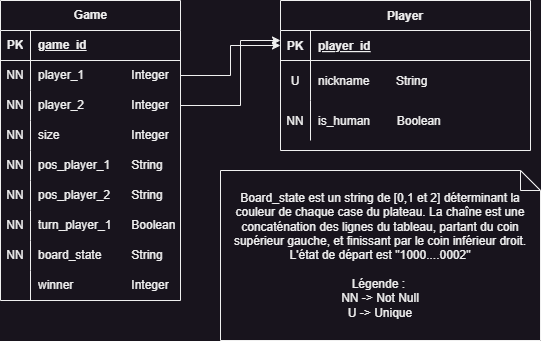
perdita96/Projet-IA keeps this draw.io diagram as schema base de donnée.png. Above is the earlier version. Source tidied: cells renumbered, new cells last; positions are measured from the earlier drawing's top-left corner, leaving out a move shared by most shapes.
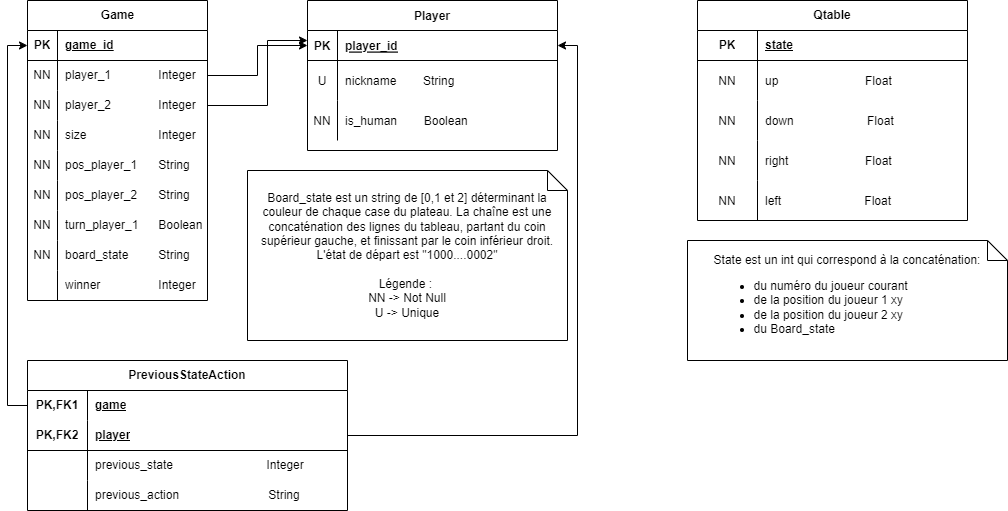
After the change.

Diff of the diagram source:
```diff
@@ -50,7 +50,7 @@
     <mxCell id="17" value="NN" style="shape=partialRectangle;fillColor=none;top=0;left=0;bottom=0;right=0;overflow=hidden;whiteSpace=wrap;html=1;" parent="16" vertex="1">
       <mxGeometry width="30" height="30" as="geometry" />
     </mxCell>
-    <mxCell id="18" value="player_1&lt;span style=&quot;white-space: pre;&quot;&gt;&#9;&lt;/span&gt;&lt;span style=&quot;white-space: pre;&quot;&gt;&#9;&amp;nbsp;&lt;/span&gt;&amp;nbsp; &amp;nbsp;Integer" style="shape=partialRectangle;fillColor=none;top=0;left=0;bottom=0;right=0;align=left;spacingLeft=6;overflow=hidden;whiteSpace=wrap;html=1;" parent="16" vertex="1">
+    <mxCell id="18" value="player_1&lt;span style=&quot;white-space: pre;&quot;&gt; &lt;/span&gt;&lt;span style=&quot;white-space: pre;&quot;&gt; &amp;nbsp;&lt;/span&gt;&amp;nbsp; &amp;nbsp;Integer" style="shape=partialRectangle;fillColor=none;top=0;left=0;bottom=0;right=0;align=left;spacingLeft=6;overflow=hidden;whiteSpace=wrap;html=1;" parent="16" vertex="1">
       <mxGeometry x="30" width="150" height="30" as="geometry" />
     </mxCell>
     <mxCell id="19" style="shape=tableRow;horizontal=0;startSize=0;swimlaneHead=0;swimlaneBody=0;fillColor=none;points=[[0,0.5],[1,0.5]];portConstraint=eastwest;top=0;left=0;right=0;bottom=0;" parent="12" vertex="1">
@@ -59,7 +59,7 @@
     <mxCell id="20" value="NN" style="shape=partialRectangle;fillColor=none;top=0;left=0;bottom=0;right=0;overflow=hidden;whiteSpace=wrap;html=1;" parent="19" vertex="1">
       <mxGeometry width="30" height="30" as="geometry" />
     </mxCell>
-    <mxCell id="21" value="player_2&lt;span style=&quot;white-space: pre;&quot;&gt;&#9;&lt;/span&gt;&lt;span style=&quot;white-space: pre;&quot;&gt;&#9;&lt;/span&gt;&amp;nbsp; &amp;nbsp; Integer" style="shape=partialRectangle;fillColor=none;top=0;left=0;bottom=0;right=0;align=left;spacingLeft=6;overflow=hidden;whiteSpace=wrap;html=1;" parent="19" vertex="1">
+    <mxCell id="21" value="player_2&lt;span style=&quot;white-space: pre;&quot;&gt; &lt;/span&gt;&lt;span style=&quot;white-space: pre;&quot;&gt; &lt;/span&gt;&amp;nbsp; &amp;nbsp; Integer" style="shape=partialRectangle;fillColor=none;top=0;left=0;bottom=0;right=0;align=left;spacingLeft=6;overflow=hidden;whiteSpace=wrap;html=1;" parent="19" vertex="1">
       <mxGeometry x="30" width="150" height="30" as="geometry" />
     </mxCell>
     <mxCell id="22" style="shape=tableRow;horizontal=0;startSize=0;swimlaneHead=0;swimlaneBody=0;fillColor=none;top=0;left=0;right=0;bottom=0;" parent="12" vertex="1">
@@ -68,7 +68,7 @@
     <mxCell id="23" value="NN" style="shape=partialRectangle;fillColor=none;top=0;left=0;bottom=0;right=0;overflow=hidden;whiteSpace=wrap;html=1;" parent="22" vertex="1">
       <mxGeometry width="30" height="30" as="geometry" />
     </mxCell>
-    <mxCell id="24" value="size&lt;span style=&quot;white-space: pre;&quot;&gt;&#9;&lt;/span&gt;&lt;span style=&quot;white-space: pre;&quot;&gt;&#9;&lt;/span&gt;&lt;span style=&quot;white-space: pre;&quot;&gt;&#9;&lt;/span&gt;&amp;nbsp; &amp;nbsp; Integer" style="shape=partialRectangle;fillColor=none;top=0;left=0;bottom=0;right=0;align=left;spacingLeft=6;overflow=hidden;whiteSpace=wrap;html=1;" parent="22" vertex="1">
+    <mxCell id="24" value="size&lt;span style=&quot;white-space: pre;&quot;&gt; &lt;/span&gt;&lt;span style=&quot;white-space: pre;&quot;&gt; &lt;/span&gt;&lt;span style=&quot;white-space: pre;&quot;&gt; &lt;/span&gt;&amp;nbsp; &amp;nbsp; Integer" style="shape=partialRectangle;fillColor=none;top=0;left=0;bottom=0;right=0;align=left;spacingLeft=6;overflow=hidden;whiteSpace=wrap;html=1;" parent="22" vertex="1">
       <mxGeometry x="30" width="150" height="30" as="geometry" />
     </mxCell>
     <mxCell id="25" style="shape=tableRow;horizontal=0;startSize=0;swimlaneHead=0;swimlaneBody=0;fillColor=none;top=0;left=0;right=0;bottom=0;" parent="12" vertex="1">
@@ -77,7 +77,7 @@
     <mxCell id="26" value="NN" style="shape=partialRectangle;fillColor=none;top=0;left=0;bottom=0;right=0;overflow=hidden;whiteSpace=wrap;html=1;" parent="25" vertex="1">
       <mxGeometry width="30" height="30" as="geometry" />
     </mxCell>
-    <mxCell id="27" value="pos_player_1&lt;span style=&quot;white-space: pre;&quot;&gt;&#9;&lt;/span&gt;&amp;nbsp; &amp;nbsp; String" style="shape=partialRectangle;fillColor=none;top=0;left=0;bottom=0;right=0;align=left;spacingLeft=6;overflow=hidden;whiteSpace=wrap;html=1;" parent="25" vertex="1">
+    <mxCell id="27" value="pos_player_1&lt;span style=&quot;white-space: pre;&quot;&gt; &lt;/span&gt;&amp;nbsp; &amp;nbsp; String" style="shape=partialRectangle;fillColor=none;top=0;left=0;bottom=0;right=0;align=left;spacingLeft=6;overflow=hidden;whiteSpace=wrap;html=1;" parent="25" vertex="1">
       <mxGeometry x="30" width="150" height="30" as="geometry" />
     </mxCell>
     <mxCell id="28" style="shape=tableRow;horizontal=0;startSize=0;swimlaneHead=0;swimlaneBody=0;fillColor=none;top=0;left=0;right=0;bottom=0;" parent="12" vertex="1">
@@ -86,7 +86,7 @@
     <mxCell id="29" value="NN" style="shape=partialRectangle;fillColor=none;top=0;left=0;bottom=0;right=0;overflow=hidden;whiteSpace=wrap;html=1;" parent="28" vertex="1">
       <mxGeometry width="30" height="30" as="geometry" />
     </mxCell>
-    <mxCell id="30" value="pos_player_2&lt;span style=&quot;white-space: pre;&quot;&gt;&#9;&lt;/span&gt;&amp;nbsp; &amp;nbsp; String" style="shape=partialRectangle;fillColor=none;top=0;left=0;bottom=0;right=0;align=left;spacingLeft=6;overflow=hidden;whiteSpace=wrap;html=1;" parent="28" vertex="1">
+    <mxCell id="30" value="pos_player_2&lt;span style=&quot;white-space: pre;&quot;&gt; &lt;/span&gt;&amp;nbsp; &amp;nbsp; String" style="shape=partialRectangle;fillColor=none;top=0;left=0;bottom=0;right=0;align=left;spacingLeft=6;overflow=hidden;whiteSpace=wrap;html=1;" parent="28" vertex="1">
       <mxGeometry x="30" width="150" height="30" as="geometry" />
     </mxCell>
     <mxCell id="31" style="shape=tableRow;horizontal=0;startSize=0;swimlaneHead=0;swimlaneBody=0;fillColor=none;top=0;left=0;right=0;bottom=0;" parent="12" vertex="1">
@@ -95,7 +95,7 @@
     <mxCell id="32" value="NN" style="shape=partialRectangle;fillColor=none;top=0;left=0;bottom=0;right=0;overflow=hidden;whiteSpace=wrap;html=1;" parent="31" vertex="1">
       <mxGeometry width="30" height="30" as="geometry" />
     </mxCell>
-    <mxCell id="33" value="turn_player_1&lt;span style=&quot;white-space: pre;&quot;&gt;&#9;&lt;/span&gt;&amp;nbsp; &amp;nbsp; Boolean" style="shape=partialRectangle;fillColor=none;top=0;left=0;bottom=0;right=0;align=left;spacingLeft=6;overflow=hidden;whiteSpace=wrap;html=1;" parent="31" vertex="1">
+    <mxCell id="33" value="turn_player_1&lt;span style=&quot;white-space: pre;&quot;&gt; &lt;/span&gt;&amp;nbsp; &amp;nbsp; Boolean" style="shape=partialRectangle;fillColor=none;top=0;left=0;bottom=0;right=0;align=left;spacingLeft=6;overflow=hidden;whiteSpace=wrap;html=1;" parent="31" vertex="1">
       <mxGeometry x="30" width="150" height="30" as="geometry" />
     </mxCell>
     <mxCell id="34" style="shape=tableRow;horizontal=0;startSize=0;swimlaneHead=0;swimlaneBody=0;fillColor=none;top=0;left=0;right=0;bottom=0;" parent="12" vertex="1">
@@ -104,7 +104,7 @@
     <mxCell id="35" value="NN" style="shape=partialRectangle;fillColor=none;top=0;left=0;bottom=0;right=0;overflow=hidden;whiteSpace=wrap;html=1;" parent="34" vertex="1">
       <mxGeometry width="30" height="30" as="geometry" />
     </mxCell>
-    <mxCell id="36" value="board_state&lt;span style=&quot;white-space: pre;&quot;&gt;&#9;&lt;/span&gt;&amp;nbsp; &amp;nbsp; String" style="shape=partialRectangle;fillColor=none;top=0;left=0;bottom=0;right=0;align=left;spacingLeft=6;overflow=hidden;whiteSpace=wrap;html=1;" parent="34" vertex="1">
+    <mxCell id="36" value="board_state&lt;span style=&quot;white-space: pre;&quot;&gt; &lt;/span&gt;&amp;nbsp; &amp;nbsp; String" style="shape=partialRectangle;fillColor=none;top=0;left=0;bottom=0;right=0;align=left;spacingLeft=6;overflow=hidden;whiteSpace=wrap;html=1;" parent="34" vertex="1">
       <mxGeometry x="30" width="150" height="30" as="geometry" />
     </mxCell>
     <mxCell id="37" style="shape=tableRow;horizontal=0;startSize=0;swimlaneHead=0;swimlaneBody=0;fillColor=none;top=0;left=0;right=0;bottom=0;" parent="12" vertex="1">
@@ -113,7 +113,7 @@
     <mxCell id="38" style="shape=partialRectangle;fillColor=none;top=0;left=0;bottom=0;right=0;overflow=hidden;whiteSpace=wrap;html=1;" parent="37" vertex="1">
       <mxGeometry width="30" height="30" as="geometry" />
     </mxCell>
-    <mxCell id="39" value="winner&lt;span style=&quot;white-space: pre;&quot;&gt;&#9;&lt;/span&gt;&lt;span style=&quot;white-space: pre;&quot;&gt;&#9;&lt;/span&gt;&amp;nbsp; &amp;nbsp; Integer" style="shape=partialRectangle;fillColor=none;top=0;left=0;bottom=0;right=0;align=left;spacingLeft=6;overflow=hidden;whiteSpace=wrap;html=1;" parent="37" vertex="1">
+    <mxCell id="39" value="winner&lt;span style=&quot;white-space: pre;&quot;&gt; &lt;/span&gt;&lt;span style=&quot;white-space: pre;&quot;&gt; &lt;/span&gt;&amp;nbsp; &amp;nbsp; Integer" style="shape=partialRectangle;fillColor=none;top=0;left=0;bottom=0;right=0;align=left;spacingLeft=6;overflow=hidden;whiteSpace=wrap;html=1;" parent="37" vertex="1">
       <mxGeometry x="30" width="150" height="30" as="geometry" />
     </mxCell>
     <mxCell id="40" style="edgeStyle=orthogonalEdgeStyle;rounded=0;jettySize=auto;html=1;entryX=0;entryY=0.5;entryDx=0;entryDy=0;" parent="1" edge="1" source="16" target="3">
@@ -131,5 +131,101 @@
     <mxCell id="42" value="Board_state est un string de [0,1 et 2] déterminant la couleur de chaque case du plateau. La chaîne est une concaténation des lignes du tableau, partant du coin supérieur gauche, et finissant par le coin inférieur droit.&lt;br&gt;L'état de départ est &quot;1000....0002&quot;&lt;div&gt;&lt;br&gt;&lt;/div&gt;&lt;div&gt;Légende :&amp;nbsp;&lt;/div&gt;&lt;div&gt;NN -&amp;gt; Not Null&lt;/div&gt;&lt;div&gt;U -&amp;gt; Unique&lt;/div&gt;" style="shape=note;size=20;whiteSpace=wrap;html=1;" parent="1" vertex="1">
       <mxGeometry x="220" y="170" width="320" height="170" as="geometry" />
     </mxCell>
+    <mxCell id="43" value="Qtable" style="shape=table;startSize=30;rowLines=0;fontStyle=1;align=center;html=1;whiteSpace=wrap;" parent="1" vertex="1">
+      <mxGeometry x="670" width="270" height="220" as="geometry" />
+    </mxCell>
+    <mxCell id="44" style="shape=tableRow;horizontal=0;startSize=0;swimlaneHead=0;swimlaneBody=0;fillColor=none;top=0;left=0;right=0;bottom=1;html=1;" parent="43" vertex="1">
+      <mxGeometry y="30" width="270" height="30" as="geometry" />
+    </mxCell>
+    <mxCell id="45" value="PK" style="shape=partialRectangle;fillColor=none;top=0;left=0;bottom=0;right=0;fontStyle=1;overflow=hidden;html=1;whiteSpace=wrap;" parent="44" vertex="1">
+      <mxGeometry width="60" height="30" as="geometry" />
+    </mxCell>
+    <mxCell id="46" value="state" style="shape=partialRectangle;fillColor=none;top=0;left=0;bottom=0;right=0;align=left;spacingLeft=6;fontStyle=5;overflow=hidden;html=1;whiteSpace=wrap;" parent="44" vertex="1">
+      <mxGeometry x="60" width="210" height="30" as="geometry" />
+    </mxCell>
+    <mxCell id="47" style="shape=partialRectangle;fillColor=none;top=0;left=0;right=0;bottom=0;" parent="43" vertex="1">
+      <mxGeometry y="60" width="270" height="40" as="geometry" />
+    </mxCell>
+    <mxCell id="48" value="NN" style="shape=partialRectangle;overflow=hidden;fillColor=none;top=0;left=0;bottom=0;right=0;" parent="47" vertex="1">
+      <mxGeometry width="60" height="40" as="geometry" />
+    </mxCell>
+    <mxCell id="49" value="up                          Float" style="shape=partialRectangle;overflow=hidden;fillColor=none;top=0;left=0;bottom=0;right=0;align=left;spacingLeft=6;" parent="47" vertex="1">
+      <mxGeometry x="60" width="210" height="40" as="geometry" />
+    </mxCell>
+    <mxCell id="50" style="shape=partialRectangle;fillColor=none;top=0;left=0;right=0;bottom=0;" parent="43" vertex="1">
+      <mxGeometry y="100" width="270" height="40" as="geometry" />
+    </mxCell>
+    <mxCell id="51" value="NN" style="shape=partialRectangle;overflow=hidden;fillColor=none;top=0;left=0;bottom=0;right=0;" parent="50" vertex="1">
+      <mxGeometry width="60" height="40" as="geometry" />
+    </mxCell>
+    <mxCell id="52" value="down                      Float" style="shape=partialRectangle;overflow=hidden;fillColor=none;top=0;left=0;bottom=0;right=0;align=left;spacingLeft=6;" parent="50" vertex="1">
+      <mxGeometry x="60" width="210" height="40" as="geometry" />
+    </mxCell>
+    <mxCell id="53" style="shape=partialRectangle;fillColor=none;top=0;left=0;right=0;bottom=0;" parent="43" vertex="1">
+      <mxGeometry y="140" width="270" height="40" as="geometry" />
+    </mxCell>
+    <mxCell id="54" value="NN" style="shape=partialRectangle;overflow=hidden;fillColor=none;top=0;left=0;bottom=0;right=0;" parent="53" vertex="1">
+      <mxGeometry width="60" height="40" as="geometry" />
+    </mxCell>
+    <mxCell id="55" value="right                       Float" style="shape=partialRectangle;overflow=hidden;fillColor=none;top=0;left=0;bottom=0;right=0;align=left;spacingLeft=6;" parent="53" vertex="1">
+      <mxGeometry x="60" width="210" height="40" as="geometry" />
+    </mxCell>
+    <mxCell id="56" style="shape=partialRectangle;fillColor=none;top=0;left=0;right=0;bottom=0;" parent="43" vertex="1">
+      <mxGeometry y="180" width="270" height="40" as="geometry" />
+    </mxCell>
+    <mxCell id="57" value="NN" style="shape=partialRectangle;overflow=hidden;fillColor=none;top=0;left=0;bottom=0;right=0;" parent="56" vertex="1">
+      <mxGeometry width="60" height="40" as="geometry" />
+    </mxCell>
+    <mxCell id="58" value="left                         Float" style="shape=partialRectangle;overflow=hidden;fillColor=none;top=0;left=0;bottom=0;right=0;align=left;spacingLeft=6;" parent="56" vertex="1">
+      <mxGeometry x="60" width="210" height="40" as="geometry" />
+    </mxCell>
+    <mxCell id="59" value="State est un int qui correspond à la concaténation:&lt;br&gt;&lt;div style=&quot;text-align: left;&quot;&gt;&lt;ul&gt;&lt;li&gt;&lt;span style=&quot;background-color: initial;&quot;&gt;du numéro du joueur courant&lt;/span&gt;&lt;/li&gt;&lt;li&gt;&lt;span style=&quot;background-color: initial;&quot;&gt;de la position du joueur 1 xy&lt;/span&gt;&lt;/li&gt;&lt;li&gt;&lt;span style=&quot;background-color: initial;&quot;&gt;de la position du joueur 2 xy&lt;/span&gt;&lt;/li&gt;&lt;li&gt;&lt;span style=&quot;background-color: initial;&quot;&gt;du Board_state&lt;/span&gt;&lt;/li&gt;&lt;/ul&gt;&lt;/div&gt;" style="shape=note;size=20;whiteSpace=wrap;html=1;" parent="1" vertex="1">
+      <mxGeometry x="660" y="240" width="320" height="120" as="geometry" />
+    </mxCell>
+    <mxCell id="60" value="PreviousStateAction" style="shape=table;startSize=30;rowLines=0;fontStyle=1;align=center;html=1;whiteSpace=wrap;" parent="1" vertex="1">
+      <mxGeometry y="360" width="320" height="150" as="geometry" />
+    </mxCell>
+    <mxCell id="61" style="shape=tableRow;horizontal=0;startSize=0;swimlaneHead=0;swimlaneBody=0;fillColor=none;points=[[0,0.5],[1,0.5]];portConstraint=eastwest;top=0;left=0;right=0;bottom=0;html=1;" parent="60" vertex="1">
+      <mxGeometry y="30" width="320" height="30" as="geometry" />
+    </mxCell>
+    <mxCell id="62" value="PK,FK1" style="shape=partialRectangle;fillColor=none;top=0;left=0;bottom=0;right=0;fontStyle=1;overflow=hidden;html=1;whiteSpace=wrap;" parent="61" vertex="1">
+      <mxGeometry width="60" height="30" as="geometry" />
+    </mxCell>
+    <mxCell id="63" value="game" style="shape=partialRectangle;fillColor=none;top=0;left=0;bottom=0;right=0;align=left;spacingLeft=6;fontStyle=5;overflow=hidden;html=1;whiteSpace=wrap;" parent="61" vertex="1">
+      <mxGeometry x="60" width="260" height="30" as="geometry" />
+    </mxCell>
+    <mxCell id="64" style="shape=tableRow;horizontal=0;startSize=0;swimlaneHead=0;swimlaneBody=0;fillColor=none;points=[[0,0.5],[1,0.5]];portConstraint=eastwest;top=0;left=0;right=0;bottom=1;html=1;" parent="60" vertex="1">
+      <mxGeometry y="60" width="320" height="30" as="geometry" />
+    </mxCell>
+    <mxCell id="65" value="PK,FK2" style="shape=partialRectangle;fillColor=none;top=0;left=0;bottom=0;right=0;fontStyle=1;overflow=hidden;html=1;whiteSpace=wrap;" parent="64" vertex="1">
+      <mxGeometry width="60" height="30" as="geometry" />
+    </mxCell>
+    <mxCell id="66" value="player" style="shape=partialRectangle;fillColor=none;top=0;left=0;bottom=0;right=0;align=left;spacingLeft=6;fontStyle=5;overflow=hidden;html=1;whiteSpace=wrap;" parent="64" vertex="1">
+      <mxGeometry x="60" width="260" height="30" as="geometry" />
+    </mxCell>
+    <mxCell id="67" style="shape=tableRow;horizontal=0;startSize=0;swimlaneHead=0;swimlaneBody=0;fillColor=none;top=0;left=0;right=0;bottom=0;html=1;" parent="60" vertex="1">
+      <mxGeometry y="90" width="320" height="30" as="geometry" />
+    </mxCell>
+    <mxCell id="68" style="shape=partialRectangle;fillColor=none;top=0;left=0;bottom=0;right=0;overflow=hidden;html=1;whiteSpace=wrap;" parent="67" vertex="1">
+      <mxGeometry width="60" height="30" as="geometry" />
+    </mxCell>
+    <mxCell id="69" value="previous_state&amp;nbsp; &amp;nbsp; &amp;nbsp; &amp;nbsp; &amp;nbsp; &amp;nbsp; &amp;nbsp; &amp;nbsp; &amp;nbsp; &amp;nbsp; &amp;nbsp; &amp;nbsp; &amp;nbsp; &amp;nbsp; Integer" style="shape=partialRectangle;fillColor=none;top=0;left=0;bottom=0;right=0;align=left;spacingLeft=6;overflow=hidden;html=1;whiteSpace=wrap;" parent="67" vertex="1">
+      <mxGeometry x="60" width="260" height="30" as="geometry" />
+    </mxCell>
+    <mxCell id="70" style="shape=tableRow;horizontal=0;startSize=0;swimlaneHead=0;swimlaneBody=0;fillColor=none;top=0;left=0;right=0;bottom=0;html=1;" parent="60" vertex="1">
+      <mxGeometry y="120" width="320" height="30" as="geometry" />
+    </mxCell>
+    <mxCell id="71" style="shape=partialRectangle;fillColor=none;top=0;left=0;bottom=0;right=0;overflow=hidden;html=1;whiteSpace=wrap;" parent="70" vertex="1">
+      <mxGeometry width="60" height="30" as="geometry" />
+    </mxCell>
+    <mxCell id="72" value="previous_action&lt;span style=&quot;white-space: pre;&quot;&gt; &lt;/span&gt;&lt;span style=&quot;white-space: pre;&quot;&gt; &lt;/span&gt;&amp;nbsp; &amp;nbsp; &amp;nbsp; &amp;nbsp; &amp;nbsp; &amp;nbsp; String" style="shape=partialRectangle;fillColor=none;top=0;left=0;bottom=0;right=0;align=left;spacingLeft=6;overflow=hidden;html=1;whiteSpace=wrap;" parent="70" vertex="1">
+      <mxGeometry x="60" width="260" height="30" as="geometry" />
+    </mxCell>
+    <mxCell id="73" style="edgeStyle=orthogonalEdgeStyle;rounded=0;jettySize=auto;html=1;entryX=0;entryY=0.5;entryDx=0;entryDy=0;" parent="1" edge="1" source="61" target="13">
+      <mxGeometry relative="1" as="geometry" />
+    </mxCell>
+    <mxCell id="74" style="edgeStyle=orthogonalEdgeStyle;rounded=0;jettySize=auto;html=1;exitX=1;exitY=0.5;exitDx=0;exitDy=0;entryX=1;entryY=0.5;entryDx=0;entryDy=0;" parent="1" edge="1" source="64" target="3">
+      <mxGeometry relative="1" as="geometry" />
+    </mxCell>
   </root>
 </mxGraphModel>
```
